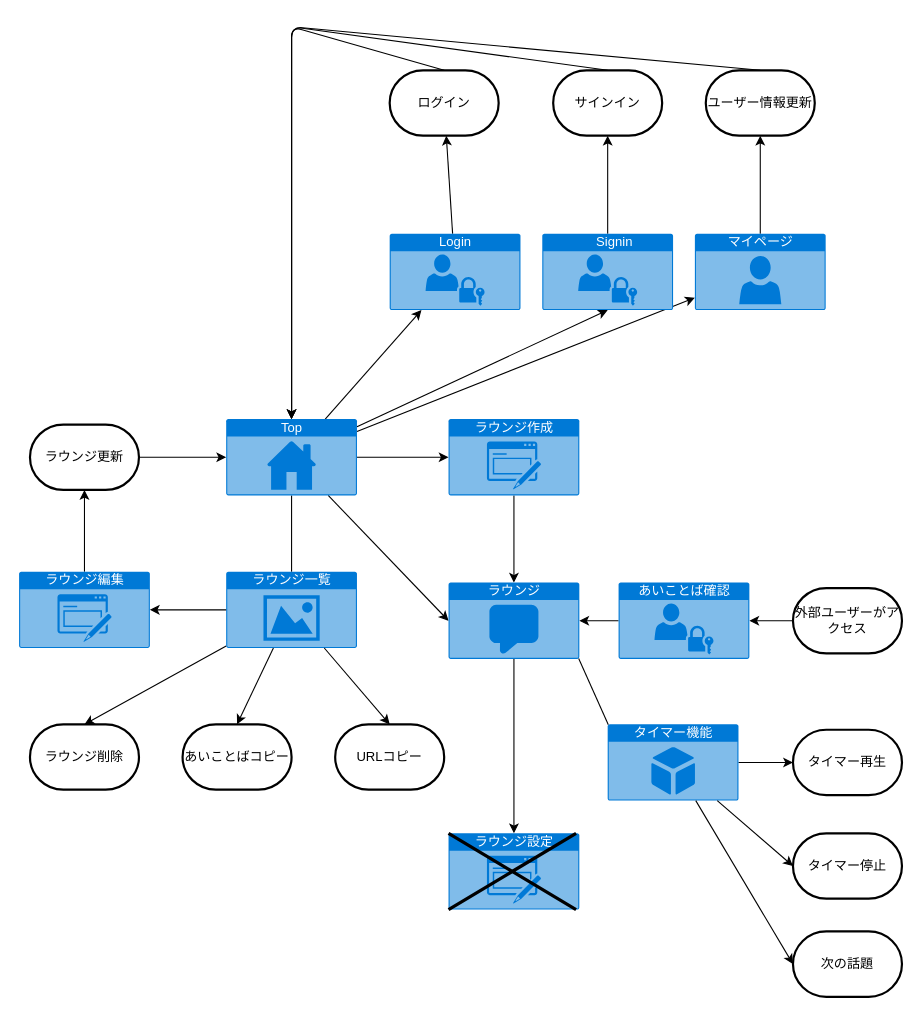
sabanonitsuke/IceClasher keeps this draw.io diagram as rough sketch/画面遷移図.dio. Above is the earlier version. Source tidied: cells renumbered, new cells numbered last; positions are measured from the earlier drawing's top-left corner, leaving out a move shared by most shapes. Both pictures are drawn from the tidied source at 109%, with x=0, y=0 at pixel (19, 26).
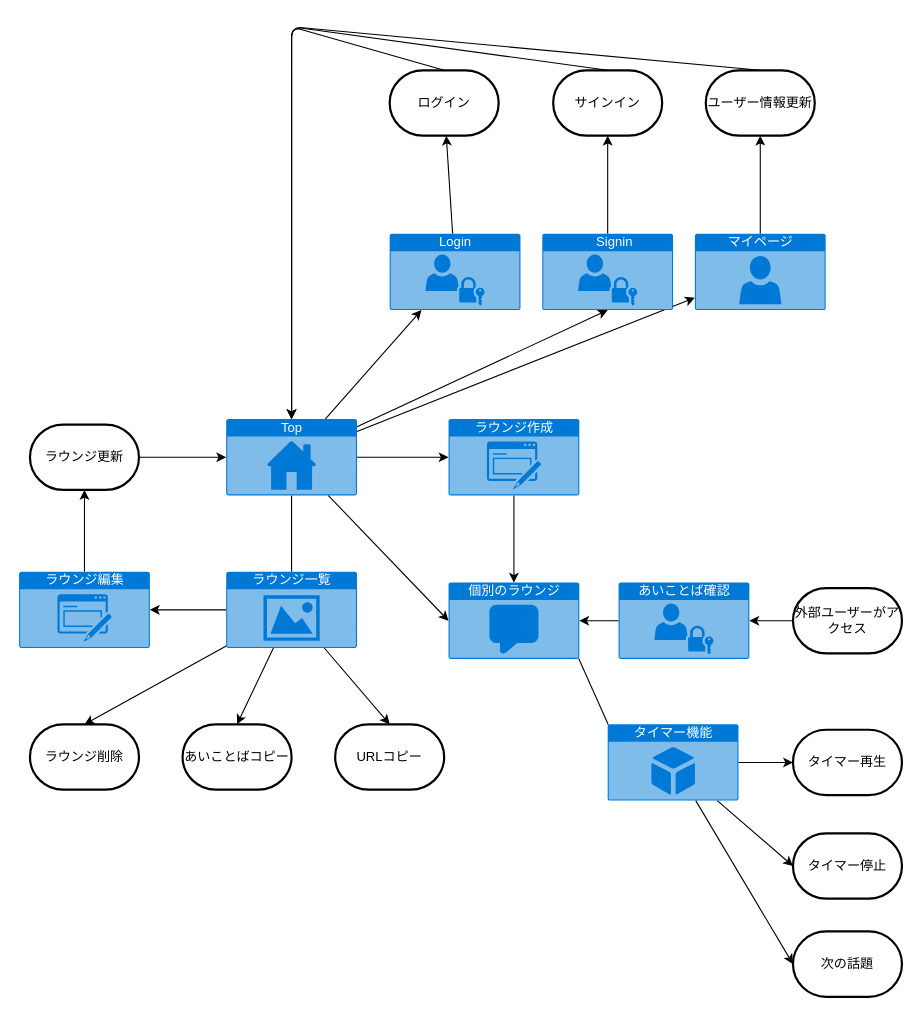
The same page after the edit.

What changed in the source:
```diff
@@
-    <mxCell id="17" style="edgeStyle=none;html=1;" parent="1" edge="1" source="18" target="19">
-      <mxGeometry relative="1" as="geometry" />
-    </mxCell>
-    <mxCell id="18" value="ラウンジ" style="html=1;strokeColor=none;fillColor=#0079D6;labelPosition=center;verticalLabelPosition=middle;verticalAlign=top;align=center;fontSize=12;outlineConnect=0;spacingTop=-6;fontColor=#FFFFFF;sketch=0;shape=mxgraph.sitemap.chat;" parent="1" vertex="1">
+    <mxCell id="18" value="個別のラウンジ" style="html=1;strokeColor=none;fillColor=#0079D6;labelPosition=center;verticalLabelPosition=middle;verticalAlign=top;align=center;fontSize=12;outlineConnect=0;spacingTop=-6;fontColor=#FFFFFF;sketch=0;shape=mxgraph.sitemap.chat;" parent="1" vertex="1">
       <mxGeometry x="394" y="510" width="120" height="70" as="geometry" />
     </mxCell>
-    <mxCell id="19" value="ラウンジ設定" style="html=1;strokeColor=none;fillColor=#0079D6;labelPosition=center;verticalLabelPosition=middle;verticalAlign=top;align=center;fontSize=12;outlineConnect=0;spacingTop=-6;fontColor=#FFFFFF;sketch=0;shape=mxgraph.sitemap.form;" parent="1" vertex="1">
-      <mxGeometry x="394" y="740" width="120" height="70" as="geometry" />
-    </mxCell>
@@
-    <mxCell id="50" style="shape=umlDestroy;whiteSpace=wrap;html=1;strokeWidth=3;" parent="1" vertex="1">
-      <mxGeometry x="394" y="740" width="117" height="70" as="geometry" />
-    </mxCell>
```
